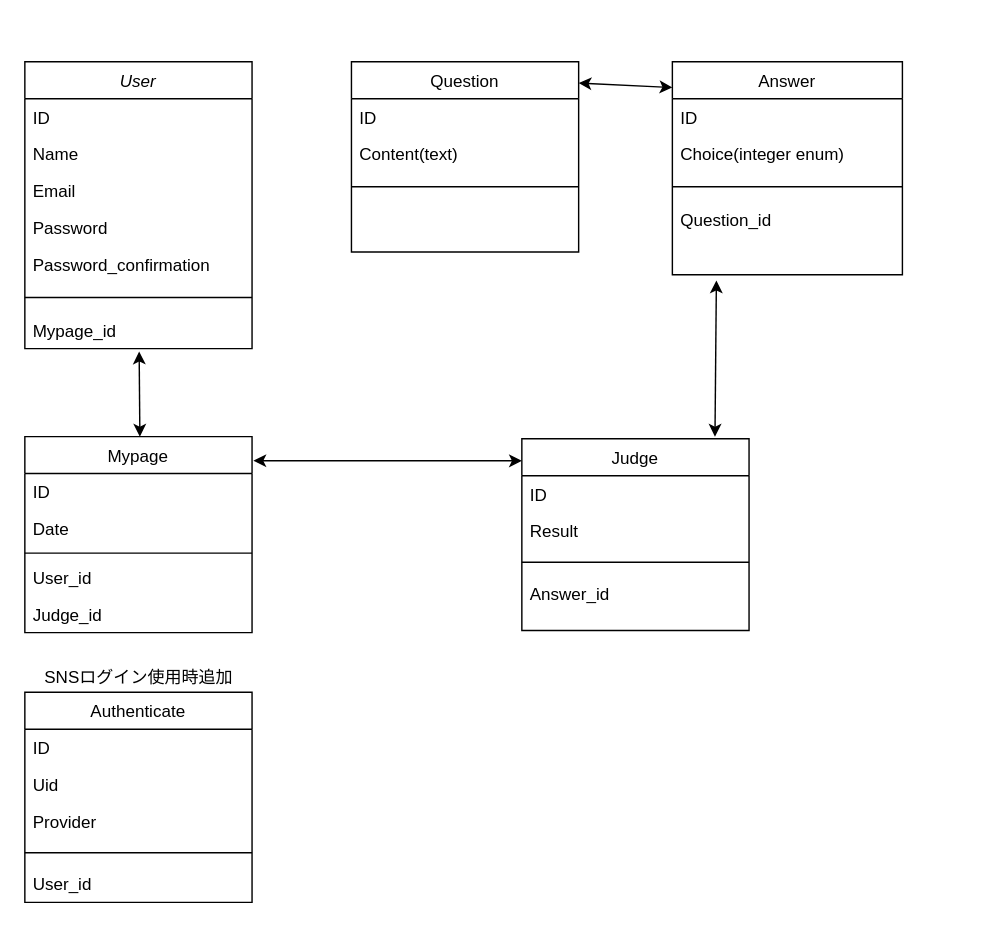
kyohei-917/meat_head keeps this draw.io diagram as ER図.drawio. Above is the earlier version. Source tidied: cells renumbered, new cells numbered last; positions are measured from the earlier drawing's top-left corner, leaving out a move shared by most shapes. Both pictures are drawn from the tidied source at 142%, with x=0, y=0 at pixel (24, 61).
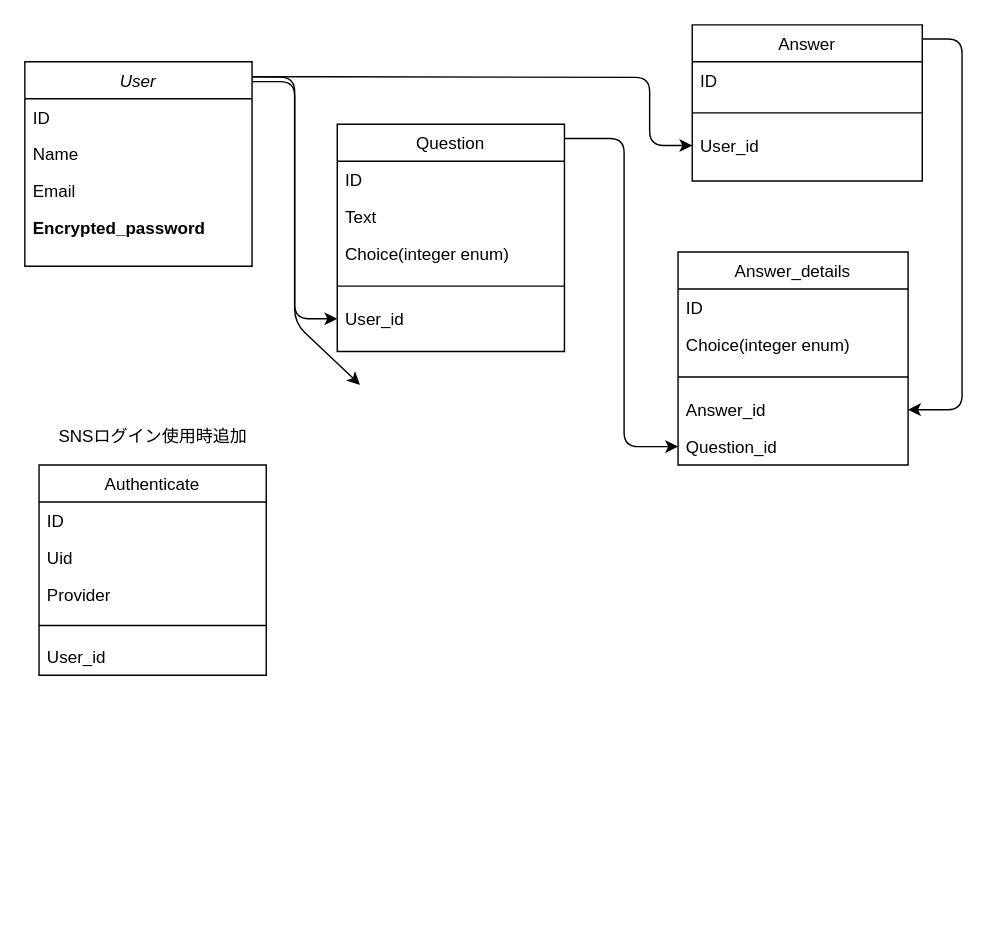
After the change.

Commit message:
Fix: ER図配置修正

Diff of the diagram source:
```diff
@@
     <mxCell id="2" value="User" style="swimlane;fontStyle=2;align=center;verticalAlign=top;horizontal=1;startSize=26;rounded=0;shadow=0;strokeWidth=1;" parent="1" vertex="1">
-      <mxGeometry width="160" height="202" as="geometry" />
+      <mxGeometry width="160" height="144" as="geometry" />
     </mxCell>
@@
-    <mxCell id="6" value="Password" style="text;align=left;verticalAlign=top;spacingLeft=4;spacingRight=4;overflow=hidden;rounded=0;shadow=0;html=0;" parent="2" vertex="1">
+    <mxCell id="6" value="Encrypted_password" style="text;align=left;verticalAlign=top;spacingLeft=4;spacingRight=4;overflow=hidden;rounded=0;shadow=0;html=0;fontStyle=1;" parent="2" vertex="1">
       <mxGeometry y="104" width="160" height="26" as="geometry" />
     </mxCell>
-    <mxCell id="7" value="Password_confirmation" style="text;align=left;verticalAlign=top;spacingLeft=4;spacingRight=4;overflow=hidden;rounded=0;shadow=0;html=0;" parent="2" vertex="1">
-      <mxGeometry y="130" width="160" height="26" as="geometry" />
-    </mxCell>
-    <mxCell id="8" style="line;html=1;strokeWidth=1;align=left;verticalAlign=middle;spacingTop=-1;spacingLeft=3;spacingRight=3;labelPosition=right;" parent="2" vertex="1">
-      <mxGeometry y="156" width="160" height="20" as="geometry" />
-    </mxCell>
-    <mxCell id="9" value="Mypage_id" style="text;align=left;verticalAlign=top;spacingLeft=4;spacingRight=4;overflow=hidden;rounded=0;shadow=0;html=0;" parent="2" vertex="1">
-      <mxGeometry y="176" width="160" height="26" as="geometry" />
-    </mxCell>
-    <mxCell id="10" value="Judge" style="swimlane;fontStyle=0;align=center;verticalAlign=top;horizontal=1;startSize=26;rounded=0;shadow=0;strokeWidth=1;" parent="1" vertex="1">
-      <mxGeometry x="350" y="265.5" width="160" height="135" as="geometry" />
-    </mxCell>
-    <mxCell id="11" value="ID" style="text;align=left;verticalAlign=top;spacingLeft=4;spacingRight=4;overflow=hidden;" parent="10" vertex="1">
-      <mxGeometry y="26" width="160" height="26" as="geometry" />
-    </mxCell>
-    <mxCell id="12" value="Result" style="text;align=left;verticalAlign=top;spacingLeft=4;spacingRight=4;overflow=hidden;" parent="10" vertex="1">
-      <mxGeometry y="52" width="160" height="26" as="geometry" />
-    </mxCell>
-    <mxCell id="13" style="line;html=1;strokeWidth=1;align=left;verticalAlign=middle;spacingTop=-1;spacingLeft=3;spacingRight=3;labelPosition=right;" parent="10" vertex="1">
-      <mxGeometry y="78" width="160" height="18" as="geometry" />
-    </mxCell>
-    <mxCell id="14" value="Answer_id" style="text;align=left;verticalAlign=top;spacingLeft=4;spacingRight=4;overflow=hidden;points=[[0,0.5],[1,0.5]];portConstraint=eastwest;" parent="10" vertex="1">
-      <mxGeometry y="96" width="160" height="26" as="geometry" />
-    </mxCell>
-    <mxCell id="15" value="Mypage" style="swimlane;fontStyle=0;align=center;verticalAlign=top;horizontal=1;startSize=26;rounded=0;shadow=0;strokeWidth=1;" parent="1" vertex="1">
-      <mxGeometry y="264" width="160" height="138" as="geometry" />
-    </mxCell>
-    <mxCell id="16" value="ID" style="text;align=left;verticalAlign=top;spacingLeft=4;spacingRight=4;overflow=hidden;" parent="15" vertex="1">
-      <mxGeometry y="26" width="160" height="26" as="geometry" />
-    </mxCell>
-    <mxCell id="17" value="Date" style="text;align=left;verticalAlign=top;spacingLeft=4;spacingRight=4;overflow=hidden;" parent="15" vertex="1">
-      <mxGeometry y="52" width="160" height="26" as="geometry" />
-    </mxCell>
-    <mxCell id="18" style="line;html=1;strokeWidth=1;align=left;verticalAlign=middle;spacingTop=-1;spacingLeft=3;spacingRight=3;labelPosition=right;" parent="15" vertex="1">
-      <mxGeometry y="78" width="160" height="8" as="geometry" />
-    </mxCell>
-    <mxCell id="19" value="User_id" style="text;align=left;verticalAlign=top;spacingLeft=4;spacingRight=4;overflow=hidden;" parent="15" vertex="1">
-      <mxGeometry y="86" width="160" height="26" as="geometry" />
-    </mxCell>
-    <mxCell id="20" value="Judge_id" style="text;align=left;verticalAlign=top;spacingLeft=4;spacingRight=4;overflow=hidden;" parent="15" vertex="1">
-      <mxGeometry y="112" width="160" height="26" as="geometry" />
-    </mxCell>
     <mxCell id="21" value="Question" style="swimlane;fontStyle=0;align=center;verticalAlign=top;horizontal=1;startSize=26;rounded=0;shadow=0;strokeWidth=1;" parent="1" vertex="1">
-      <mxGeometry x="230" width="160" height="134" as="geometry" />
+      <mxGeometry x="220" y="44" width="160" height="160" as="geometry" />
     </mxCell>
@@
-    <mxCell id="23" value="Content(text)" style="text;align=left;verticalAlign=top;spacingLeft=4;spacingRight=4;overflow=hidden;rounded=0;shadow=0;html=0;" parent="21" vertex="1">
+    <mxCell id="23" value="Text" style="text;align=left;verticalAlign=top;spacingLeft=4;spacingRight=4;overflow=hidden;rounded=0;shadow=0;html=0;" parent="21" vertex="1">
       <mxGeometry y="52" width="160" height="26" as="geometry" />
     </mxCell>
+    <mxCell id="41" value="Choice(integer enum)" style="text;align=left;verticalAlign=top;spacingLeft=4;spacingRight=4;overflow=hidden;rounded=0;shadow=0;html=0;" parent="21" vertex="1">
+      <mxGeometry y="78" width="160" height="26" as="geometry" />
+    </mxCell>
     <mxCell id="24" style="line;html=1;strokeWidth=1;align=left;verticalAlign=middle;spacingTop=-1;spacingLeft=3;spacingRight=3;labelPosition=right;" parent="21" vertex="1">
-      <mxGeometry y="78" width="160" height="20" as="geometry" />
+      <mxGeometry y="104" width="160" height="20" as="geometry" />
     </mxCell>
+    <mxCell id="42" value="User_id" style="text;align=left;verticalAlign=top;spacingLeft=4;spacingRight=4;overflow=hidden;points=[[0,0.5],[1,0.5]];portConstraint=eastwest;rounded=0;shadow=0;html=0;" parent="21" vertex="1">
+      <mxGeometry y="124" width="160" height="26" as="geometry" />
+    </mxCell>
-    <mxCell id="25" value="Answer" style="swimlane;fontStyle=0;align=center;verticalAlign=top;horizontal=1;startSize=26;rounded=0;shadow=0;strokeWidth=1;" parent="1" vertex="1">
-      <mxGeometry x="456" width="162" height="150" as="geometry" />
+    <mxCell id="25" value="Answer_details" style="swimlane;fontStyle=0;align=center;verticalAlign=top;horizontal=1;startSize=26;rounded=0;shadow=0;strokeWidth=1;" parent="1" vertex="1">
+      <mxGeometry x="460" y="134" width="162" height="150" as="geometry" />
     </mxCell>
@@
+    <mxCell id="14" value="Answer_id" style="text;align=left;verticalAlign=top;spacingLeft=4;spacingRight=4;overflow=hidden;points=[[0,0.5],[1,0.5]];portConstraint=eastwest;rounded=0;shadow=0;html=0;" parent="25" vertex="1">
+      <mxGeometry y="98" width="162" height="26" as="geometry" />
+    </mxCell>
     <mxCell id="29" value="Question_id" style="text;align=left;verticalAlign=top;spacingLeft=4;spacingRight=4;overflow=hidden;points=[[0,0.5],[1,0.5]];portConstraint=eastwest;fontStyle=0;" parent="25" vertex="1">
-      <mxGeometry y="98" width="162" height="26" as="geometry" />
+      <mxGeometry y="124" width="162" height="26" as="geometry" />
     </mxCell>
-    <mxCell id="30" style="endArrow=classic;startArrow=classic;html=1;exitX=0;exitY=0.121;exitDx=0;exitDy=0;exitPerimeter=0;" parent="1" edge="1" source="25">
-      <mxGeometry relative="1" as="geometry">
-        <mxPoint x="390" y="15" as="targetPoint" />
-      </mxGeometry>
-    </mxCell>
-    <mxCell id="31" style="endArrow=classic;startArrow=classic;html=1;exitX=0.85;exitY=-0.011;exitDx=0;exitDy=0;exitPerimeter=0;" parent="1" edge="1" source="10">
-      <mxGeometry relative="1" as="geometry">
-        <mxPoint x="487" y="154" as="targetPoint" />
-      </mxGeometry>
-    </mxCell>
-    <mxCell id="32" style="endArrow=classic;startArrow=classic;html=1;exitX=0;exitY=0.115;exitDx=0;exitDy=0;exitPerimeter=0;entryX=1.006;entryY=0.123;entryDx=0;entryDy=0;entryPerimeter=0;" parent="1" edge="1" source="10" target="15">
-      <mxGeometry relative="1" as="geometry" />
-    </mxCell>
-    <mxCell id="33" style="endArrow=classic;startArrow=classic;html=1;" parent="1" edge="1">
-      <mxGeometry relative="1" as="geometry">
-        <mxPoint x="81" y="264" as="sourcePoint" />
-        <mxPoint x="80.5" y="204" as="targetPoint" />
-      </mxGeometry>
-    </mxCell>
+    <mxCell id="43" style="endArrow=classic;html=1;exitX=1;exitY=0.091;exitDx=0;exitDy=0;exitPerimeter=0;entryX=1;entryY=0.5;entryDx=0;entryDy=0;" parent="1" edge="1" source="47" target="14">
+      <mxGeometry relative="1" as="geometry">
+        <Array as="points">
+          <mxPoint x="660" y="-16" />
+          <mxPoint x="660" y="245" />
+        </Array>
+      </mxGeometry>
+    </mxCell>
+    <mxCell id="44" style="endArrow=classic;html=1;exitX=1;exitY=0.091;exitDx=0;exitDy=0;exitPerimeter=0;entryX=0;entryY=0.5;entryDx=0;entryDy=0;" parent="1" edge="1" target="29">
+      <mxGeometry relative="1" as="geometry">
+        <mxPoint x="380" y="54" as="sourcePoint" />
+        <Array as="points">
+          <mxPoint x="422" y="54" />
+          <mxPoint x="422" y="271" />
+        </Array>
+      </mxGeometry>
+    </mxCell>
+    <mxCell id="45" style="endArrow=classic;html=1;exitX=1;exitY=0.091;exitDx=0;exitDy=0;exitPerimeter=0;entryX=0;entryY=0.5;entryDx=0;entryDy=0;" parent="1" edge="1" target="50">
+      <mxGeometry relative="1" as="geometry">
+        <mxPoint x="160" y="10.5" as="sourcePoint" />
+        <Array as="points">
+          <mxPoint x="202" y="10.5" />
+          <mxPoint x="440" y="11" />
+          <mxPoint x="440" y="59" />
+        </Array>
+      </mxGeometry>
+    </mxCell>
+    <mxCell id="46" style="endArrow=classic;html=1;exitX=1;exitY=0.091;exitDx=0;exitDy=0;exitPerimeter=0;entryX=0.013;entryY=1;entryDx=0;entryDy=0;entryPerimeter=0;" parent="1" edge="1">
+      <mxGeometry relative="1" as="geometry">
+        <mxPoint x="160" y="10.5" as="sourcePoint" />
+        <mxPoint x="236" y="227.5" as="targetPoint" />
+        <Array as="points">
+          <mxPoint x="190" y="11" />
+          <mxPoint x="190" y="184" />
+        </Array>
+      </mxGeometry>
+    </mxCell>
     <mxCell id="34" value="Authenticate" style="swimlane;fontStyle=0;align=center;verticalAlign=top;horizontal=1;startSize=26;rounded=0;shadow=0;strokeWidth=1;" parent="1" vertex="1">
-      <mxGeometry y="444" width="160" height="148" as="geometry" />
+      <mxGeometry x="10" y="284" width="160" height="148" as="geometry" />
     </mxCell>
@@
     <mxCell id="40" value="SNSログイン使用時追加" style="text;html=1;align=center;verticalAlign=middle;" parent="1" vertex="1">
-      <mxGeometry x="5" y="424" width="150" height="20" as="geometry" />
+      <mxGeometry x="15" y="254" width="150" height="20" as="geometry" />
     </mxCell>
+    <mxCell id="47" value="Answer" style="swimlane;fontStyle=0;align=center;verticalAlign=top;horizontal=1;startSize=26;rounded=0;shadow=0;strokeWidth=1;" parent="1" vertex="1">
+      <mxGeometry x="470" y="-26" width="162" height="110" as="geometry" />
+    </mxCell>
+    <mxCell id="48" value="ID" style="text;align=left;verticalAlign=top;spacingLeft=4;spacingRight=4;overflow=hidden;rounded=0;shadow=0;html=0;" parent="47" vertex="1">
+      <mxGeometry y="26" width="162" height="26" as="geometry" />
+    </mxCell>
+    <mxCell id="49" style="line;html=1;strokeWidth=1;align=left;verticalAlign=middle;spacingTop=-1;spacingLeft=3;spacingRight=3;labelPosition=right;" parent="47" vertex="1">
+      <mxGeometry y="52" width="162" height="20" as="geometry" />
+    </mxCell>
+    <mxCell id="50" value="User_id" style="text;align=left;verticalAlign=top;spacingLeft=4;spacingRight=4;overflow=hidden;points=[[0,0.5],[1,0.5]];portConstraint=eastwest;fontStyle=0;" parent="47" vertex="1">
+      <mxGeometry y="72" width="162" height="26" as="geometry" />
+    </mxCell>
+    <mxCell id="51" style="endArrow=classic;html=1;exitX=1;exitY=0.091;exitDx=0;exitDy=0;exitPerimeter=0;entryX=0;entryY=0.5;entryDx=0;entryDy=0;" parent="1" edge="1" target="42">
+      <mxGeometry relative="1" as="geometry">
+        <mxPoint x="160" y="14" as="sourcePoint" />
+        <Array as="points">
+          <mxPoint x="190" y="14" />
+          <mxPoint x="190" y="181" />
+        </Array>
+      </mxGeometry>
+    </mxCell>
```
